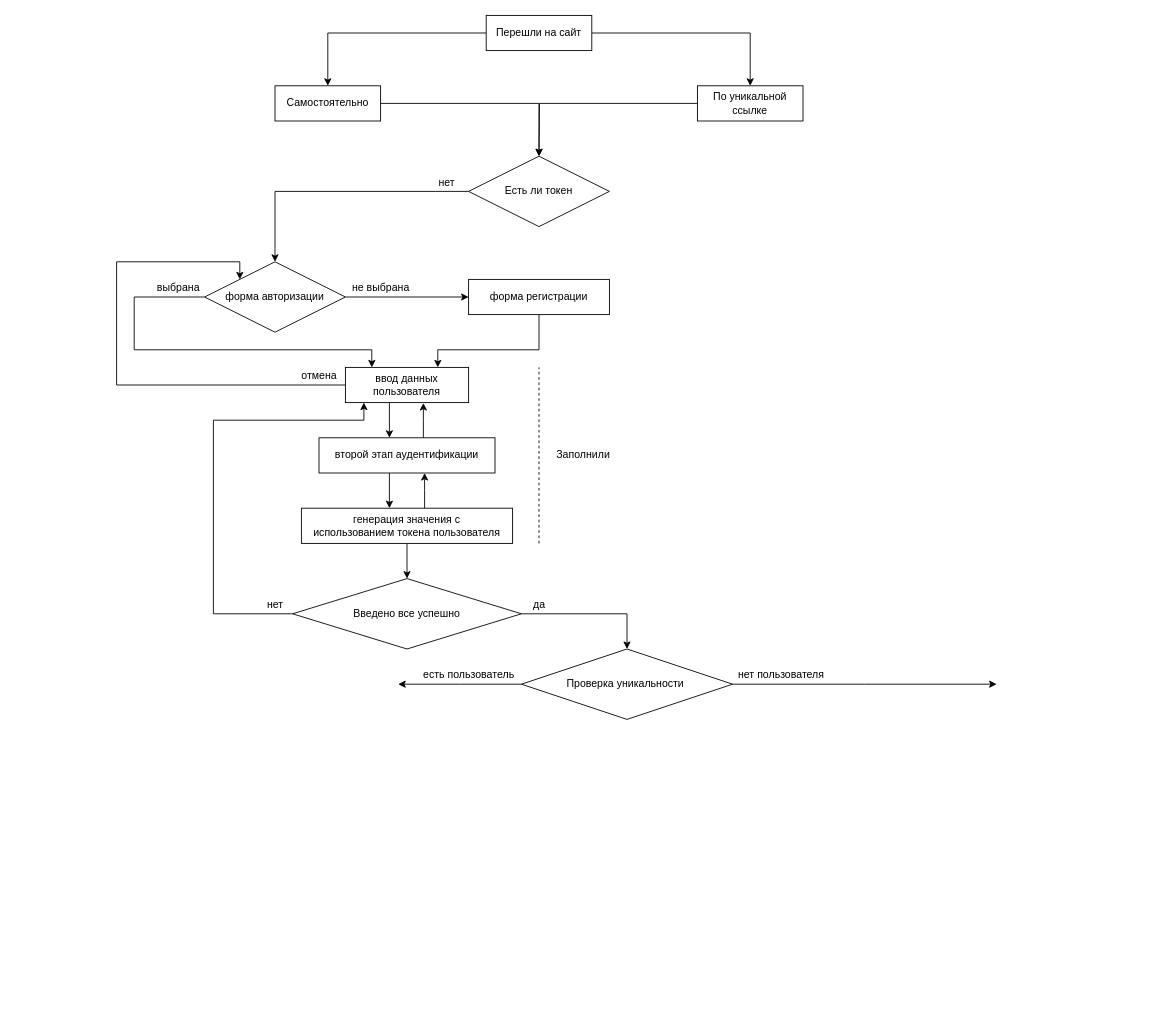
igor-sumin/CodeNamesDemo keeps this draw.io diagram as other/logic/autorize.drawio. Above is the earlier version. Source tidied: cells renumbered, new cells numbered last; positions are measured from the earlier drawing's top-left corner, leaving out a move shared by most shapes. Both pictures are drawn from the tidied source at 88%, with x=0, y=0 at pixel (116, 15).
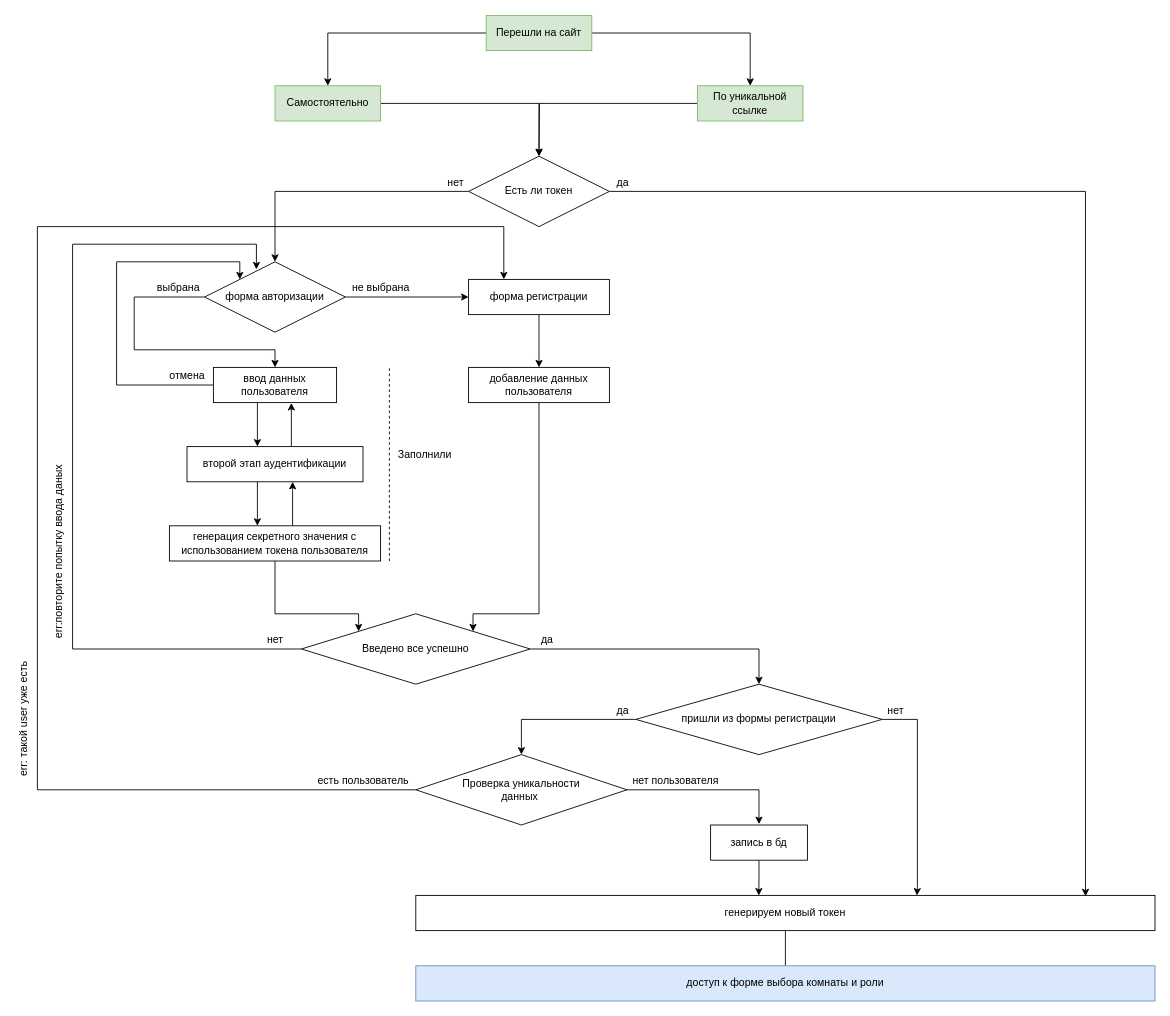
The same diagram, later.

Unchanged cells that the change refers to:
```xml
<mxCell id="12" value="форма регистрации" style="rounded=0;whiteSpace=wrap;html=1;" parent="1" vertex="1">
  <mxGeometry x="400" y="300" width="160" height="40" as="geometry" />
</mxCell>
<mxCell id="16" value="Есть ли токен" style="rhombus;whiteSpace=wrap;html=1;" parent="1" vertex="1">
  <mxGeometry x="400" y="160" width="160" height="80" as="geometry" />
</mxCell>
<mxCell id="21" value="форма авторизации" style="rhombus;whiteSpace=wrap;html=1;" parent="1" vertex="1">
  <mxGeometry x="100" y="280" width="160" height="80" as="geometry" />
</mxCell>
```

The edit, as a diff of the source:
```diff
@@
-    <mxCell id="4" value="Перешли на сайт" style="rounded=0;whiteSpace=wrap;html=1;" parent="1" vertex="1">
+    <mxCell id="4" value="Перешли на сайт" style="rounded=0;whiteSpace=wrap;html=1;fillColor=#d5e8d4;strokeColor=#82b366;" parent="1" vertex="1">
       <mxGeometry x="420" width="120" height="40" as="geometry" />
     </mxCell>
@@
-    <mxCell id="6" value="Самостоятельно" style="rounded=0;whiteSpace=wrap;html=1;" parent="1" vertex="1">
+    <mxCell id="6" value="Самостоятельно" style="rounded=0;whiteSpace=wrap;html=1;fillColor=#d5e8d4;strokeColor=#82b366;" parent="1" vertex="1">
       <mxGeometry x="180" y="80" width="120" height="40" as="geometry" />
     </mxCell>
@@
-    <mxCell id="8" value="По уникальной ссылке" style="rounded=0;whiteSpace=wrap;html=1;" parent="1" vertex="1">
+    <mxCell id="8" value="По уникальной ссылке" style="rounded=0;whiteSpace=wrap;html=1;fillColor=#d5e8d4;strokeColor=#82b366;" parent="1" vertex="1">
       <mxGeometry x="660" y="80" width="120" height="40" as="geometry" />
     </mxCell>
@@
-    <mxCell id="11" style="edgeStyle=orthogonalEdgeStyle;rounded=0;jettySize=auto;html=1;entryX=0.75;entryY=0;entryDx=0;entryDy=0;" parent="1" edge="1" source="12" target="15">
-      <mxGeometry relative="1" as="geometry">
-        <Array as="points">
-          <mxPoint x="480" y="380" />
-          <mxPoint x="365" y="380" />
-        </Array>
-      </mxGeometry>
-    </mxCell>
+    <mxCell id="41" style="edgeStyle=orthogonalEdgeStyle;rounded=0;jettySize=auto;html=1;" parent="1" edge="1" source="12">
+      <mxGeometry relative="1" as="geometry">
+        <mxPoint x="480" y="400" as="targetPoint" />
+      </mxGeometry>
+    </mxCell>
@@
     <mxCell id="14" style="edgeStyle=orthogonalEdgeStyle;rounded=0;jettySize=auto;html=1;" parent="1" edge="1" source="15" target="25">
       <mxGeometry relative="1" as="geometry">
         <Array as="points">
-          <mxPoint x="310" y="470" />
-          <mxPoint x="310" y="470" />
+          <mxPoint x="160" y="470" />
+          <mxPoint x="160" y="470" />
         </Array>
       </mxGeometry>
     </mxCell>
     <mxCell id="15" value="ввод данных пользователя" style="rounded=0;whiteSpace=wrap;html=1;" parent="1" vertex="1">
-      <mxGeometry x="260" y="400" width="140" height="40" as="geometry" />
+      <mxGeometry x="110" y="400" width="140" height="40" as="geometry" />
     </mxCell>
+    <mxCell id="42" style="edgeStyle=orthogonalEdgeStyle;rounded=0;jettySize=auto;html=1;entryX=0.906;entryY=0.025;entryDx=0;entryDy=0;entryPerimeter=0;" parent="1" edge="1" source="16" target="55">
+      <mxGeometry relative="1" as="geometry">
+        <Array as="points">
+          <mxPoint x="1101" y="200" />
+        </Array>
+      </mxGeometry>
+    </mxCell>
@@
     <mxCell id="18" value="нет" style="text;html=1;align=center;verticalAlign=middle;strokeColor=none;" parent="1" vertex="1">
-      <mxGeometry x="360" y="180" width="30" height="20" as="geometry" />
+      <mxGeometry x="370" y="180" width="30" height="20" as="geometry" />
     </mxCell>
     <mxCell id="19" value="отмена" style="text;html=1;align=center;verticalAlign=middle;strokeColor=none;" parent="1" vertex="1">
-      <mxGeometry x="200" y="400" width="60" height="20" as="geometry" />
+      <mxGeometry x="50" y="400" width="60" height="20" as="geometry" />
     </mxCell>
     <mxCell id="20" style="edgeStyle=orthogonalEdgeStyle;rounded=0;jettySize=auto;html=1;" parent="1" edge="1" source="21">
       <mxGeometry relative="1" as="geometry">
-        <mxPoint x="290" y="400" as="targetPoint" />
+        <mxPoint x="180" y="400" as="targetPoint" />
         <Array as="points">
           <mxPoint x="20" y="320" />
           <mxPoint x="20" y="380" />
-          <mxPoint x="290" y="380" />
-          <mxPoint x="290" y="400" />
+          <mxPoint x="180" y="380" />
+          <mxPoint x="180" y="400" />
         </Array>
       </mxGeometry>
     </mxCell>
@@
     <mxCell id="23" style="edgeStyle=orthogonalEdgeStyle;rounded=0;jettySize=auto;html=1;" parent="1" edge="1" source="25">
       <mxGeometry relative="1" as="geometry">
-        <mxPoint x="310" y="560" as="targetPoint" />
+        <mxPoint x="160" y="580" as="targetPoint" />
         <Array as="points">
-          <mxPoint x="310" y="560" />
+          <mxPoint x="160" y="560" />
         </Array>
       </mxGeometry>
     </mxCell>
     <mxCell id="24" style="edgeStyle=orthogonalEdgeStyle;rounded=0;jettySize=auto;html=1;entryX=0.633;entryY=1.011;entryDx=0;entryDy=0;entryPerimeter=0;" parent="1" edge="1" source="25" target="15">
       <mxGeometry relative="1" as="geometry">
         <Array as="points">
-          <mxPoint x="349" y="460" />
+          <mxPoint x="199" y="460" />
         </Array>
       </mxGeometry>
     </mxCell>
     <mxCell id="25" value="второй этап аудентификации" style="whiteSpace=wrap;html=1;" parent="1" vertex="1">
-      <mxGeometry x="230" y="480" width="200" height="40" as="geometry" />
+      <mxGeometry x="80" y="490" width="200" height="40" as="geometry" />
     </mxCell>
     <mxCell id="26" style="edgeStyle=orthogonalEdgeStyle;rounded=0;jettySize=auto;html=1;" parent="1" edge="1" source="28" target="25">
       <mxGeometry relative="1" as="geometry">
         <Array as="points">
-          <mxPoint x="350" y="540" />
-          <mxPoint x="350" y="540" />
+          <mxPoint x="200" y="540" />
+          <mxPoint x="200" y="540" />
         </Array>
       </mxGeometry>
     </mxCell>
-    <mxCell id="27" style="edgeStyle=orthogonalEdgeStyle;rounded=0;jettySize=auto;html=1;" parent="1" edge="1" source="28">
-      <mxGeometry relative="1" as="geometry">
-        <mxPoint x="330" y="640" as="targetPoint" />
-      </mxGeometry>
-    </mxCell>
+    <mxCell id="43" style="edgeStyle=orthogonalEdgeStyle;rounded=0;jettySize=auto;html=1;entryX=0;entryY=0;entryDx=0;entryDy=0;" parent="1" edge="1" source="28" target="33">
+      <mxGeometry relative="1" as="geometry">
+        <Array as="points">
+          <mxPoint x="180" y="680" />
+          <mxPoint x="275" y="680" />
+        </Array>
+      </mxGeometry>
+    </mxCell>
-    <mxCell id="28" value="генерация значения с&lt;br&gt;использованием токена пользователя" style="whiteSpace=wrap;html=1;" parent="1" vertex="1">
-      <mxGeometry x="210" y="560" width="240" height="40" as="geometry" />
+    <mxCell id="28" value="генерация секретного значения с&lt;br&gt;использованием токена пользователя" style="whiteSpace=wrap;html=1;" parent="1" vertex="1">
+      <mxGeometry x="60" y="580" width="240" height="40" as="geometry" />
     </mxCell>
     <mxCell id="29" style="endArrow=none;dashed=1;html=1;" parent="1" edge="1">
       <mxGeometry relative="1" as="geometry">
-        <mxPoint x="480" y="600" as="sourcePoint" />
-        <mxPoint x="480" y="400" as="targetPoint" />
+        <mxPoint x="310" y="620" as="sourcePoint" />
+        <mxPoint x="310" y="400" as="targetPoint" />
       </mxGeometry>
     </mxCell>
     <mxCell id="30" value="Заполнили" style="text;html=1;align=center;verticalAlign=middle;strokeColor=none;" parent="1" vertex="1">
-      <mxGeometry x="490" y="490" width="80" height="20" as="geometry" />
+      <mxGeometry x="310" y="490" width="80" height="20" as="geometry" />
     </mxCell>
-    <mxCell id="31" style="edgeStyle=orthogonalEdgeStyle;rounded=0;jettySize=auto;html=1;entryX=0.15;entryY=1;entryDx=0;entryDy=0;entryPerimeter=0;" parent="1" edge="1" source="33" target="15">
-      <mxGeometry relative="1" as="geometry">
-        <Array as="points">
-          <mxPoint x="110" y="680" />
-          <mxPoint x="110" y="460" />
-          <mxPoint x="281" y="460" />
-        </Array>
-      </mxGeometry>
-    </mxCell>
     <mxCell id="32" style="edgeStyle=orthogonalEdgeStyle;rounded=0;jettySize=auto;html=1;exitX=1;exitY=0.5;exitDx=0;exitDy=0;" parent="1" edge="1" source="33">
       <mxGeometry relative="1" as="geometry">
-        <mxPoint x="580" y="720" as="targetPoint" />
+        <mxPoint x="730" y="760" as="targetPoint" />
         <Array as="points">
-          <mxPoint x="580" y="680" />
+          <mxPoint x="730" y="720" />
         </Array>
       </mxGeometry>
     </mxCell>
+    <mxCell id="44" style="edgeStyle=orthogonalEdgeStyle;rounded=0;jettySize=auto;html=1;entryX=0.368;entryY=0.108;entryDx=0;entryDy=0;entryPerimeter=0;" parent="1" edge="1" source="33" target="21">
+      <mxGeometry relative="1" as="geometry">
+        <Array as="points">
+          <mxPoint x="-50" y="720" />
+          <mxPoint x="-50" y="260" />
+          <mxPoint x="159" y="260" />
+        </Array>
+      </mxGeometry>
+    </mxCell>
     <mxCell id="33" value="Введено все успешно" style="rhombus;whiteSpace=wrap;html=1;" parent="1" vertex="1">
-      <mxGeometry x="200" y="640" width="260" height="80" as="geometry" />
+      <mxGeometry x="210" y="680" width="260" height="80" as="geometry" />
     </mxCell>
+    <mxCell id="35" value="да" style="text;html=1;align=center;verticalAlign=middle;strokeColor=none;" parent="1" vertex="1">
+      <mxGeometry x="474" y="700" width="30" height="20" as="geometry" />
+    </mxCell>
+    <mxCell id="45" style="edgeStyle=orthogonalEdgeStyle;rounded=0;jettySize=auto;html=1;" parent="1" edge="1" source="38">
+      <mxGeometry relative="1" as="geometry">
+        <mxPoint x="730" y="919" as="targetPoint" />
+        <Array as="points">
+          <mxPoint x="730" y="880" />
+          <mxPoint x="730" y="919" />
+        </Array>
+      </mxGeometry>
+    </mxCell>
+    <mxCell id="46" style="edgeStyle=orthogonalEdgeStyle;rounded=0;jettySize=auto;html=1;entryX=0.25;entryY=0;entryDx=0;entryDy=0;" parent="1" edge="1" source="38" target="12">
+      <mxGeometry relative="1" as="geometry">
+        <Array as="points">
+          <mxPoint x="-90" y="880" />
+          <mxPoint x="-90" y="240" />
+          <mxPoint x="440" y="240" />
+        </Array>
+      </mxGeometry>
+    </mxCell>
+    <mxCell id="38" value="Проверка уникальности &lt;br&gt;данных&amp;nbsp;" style="rhombus;whiteSpace=wrap;html=1;" parent="1" vertex="1">
+      <mxGeometry x="340" y="840" width="240" height="80" as="geometry" />
+    </mxCell>
+    <mxCell id="47" style="edgeStyle=orthogonalEdgeStyle;rounded=0;jettySize=auto;html=1;entryX=1;entryY=0;entryDx=0;entryDy=0;" parent="1" edge="1" source="48" target="33">
+      <mxGeometry relative="1" as="geometry">
+        <Array as="points">
+          <mxPoint x="480" y="680" />
+          <mxPoint x="405" y="680" />
+        </Array>
+      </mxGeometry>
+    </mxCell>
+    <mxCell id="48" value="добавление данных пользователя" style="whiteSpace=wrap;html=1;" parent="1" vertex="1">
+      <mxGeometry x="400" y="400" width="160" height="40" as="geometry" />
+    </mxCell>
+    <mxCell id="49" style="edgeStyle=orthogonalEdgeStyle;rounded=0;jettySize=auto;html=1;entryX=0.464;entryY=0.004;entryDx=0;entryDy=0;entryPerimeter=0;" parent="1" edge="1" source="50" target="55">
+      <mxGeometry relative="1" as="geometry" />
+    </mxCell>
+    <mxCell id="50" value="запись в бд" style="rounded=0;whiteSpace=wrap;html=1;" parent="1" vertex="1">
+      <mxGeometry x="675" y="920" width="110" height="40" as="geometry" />
+    </mxCell>
+    <mxCell id="51" style="edgeStyle=orthogonalEdgeStyle;rounded=0;jettySize=auto;html=1;exitX=1;exitY=0.5;exitDx=0;exitDy=0;entryX=0.678;entryY=0.004;entryDx=0;entryDy=0;entryPerimeter=0;" parent="1" edge="1" source="53" target="55">
+      <mxGeometry relative="1" as="geometry">
+        <Array as="points">
+          <mxPoint x="910" y="800" />
+          <mxPoint x="910" y="990" />
+        </Array>
+      </mxGeometry>
+    </mxCell>
+    <mxCell id="52" style="edgeStyle=orthogonalEdgeStyle;rounded=0;jettySize=auto;html=1;exitX=0;exitY=0.5;exitDx=0;exitDy=0;" parent="1" edge="1" source="53">
+      <mxGeometry relative="1" as="geometry">
+        <mxPoint x="460" y="840" as="targetPoint" />
+        <Array as="points">
+          <mxPoint x="460" y="800" />
+          <mxPoint x="460" y="840" />
+        </Array>
+      </mxGeometry>
+    </mxCell>
+    <mxCell id="53" value="пришли из формы регистрации" style="rhombus;whiteSpace=wrap;html=1;" parent="1" vertex="1">
+      <mxGeometry x="590" y="760" width="280" height="80" as="geometry" />
+    </mxCell>
+    <mxCell id="54" style="edgeStyle=orthogonalEdgeStyle;rounded=0;jettySize=auto;html=1;" parent="1" edge="1" source="55">
+      <mxGeometry relative="1" as="geometry">
+        <mxPoint x="760" y="1089" as="targetPoint" />
+      </mxGeometry>
+    </mxCell>
+    <mxCell id="55" value="генерируем новый токен" style="whiteSpace=wrap;html=1;" parent="1" vertex="1">
+      <mxGeometry x="340" y="1000" width="840" height="40" as="geometry" />
+    </mxCell>
+    <mxCell id="56" value="доступ к форме выбора комнаты и роли" style="whiteSpace=wrap;html=1;fillColor=#dae8fc;strokeColor=#6c8ebf;" parent="1" vertex="1">
+      <mxGeometry x="340" y="1080" width="840" height="40" as="geometry" />
+    </mxCell>
+    <mxCell id="57" value="да" style="text;html=1;align=center;verticalAlign=middle;strokeColor=none;" parent="1" vertex="1">
+      <mxGeometry x="560" y="180" width="30" height="20" as="geometry" />
+    </mxCell>
     <mxCell id="34" value="нет" style="text;html=1;align=center;verticalAlign=middle;strokeColor=none;" parent="1" vertex="1">
-      <mxGeometry x="165" y="660" width="30" height="20" as="geometry" />
+      <mxGeometry x="165" y="700" width="30" height="20" as="geometry" />
     </mxCell>
-    <mxCell id="35" value="да" style="text;html=1;align=center;verticalAlign=middle;strokeColor=none;" parent="1" vertex="1">
-      <mxGeometry x="465" y="660" width="30" height="20" as="geometry" />
-    </mxCell>
-    <mxCell id="36" style="edgeStyle=orthogonalEdgeStyle;rounded=0;jettySize=auto;html=1;" parent="1" edge="1" source="38">
-      <mxGeometry relative="1" as="geometry">
-        <mxPoint x="320" y="760" as="targetPoint" />
-      </mxGeometry>
-    </mxCell>
-    <mxCell id="37" style="edgeStyle=orthogonalEdgeStyle;rounded=0;jettySize=auto;html=1;exitX=1;exitY=0.5;exitDx=0;exitDy=0;" parent="1" edge="1" source="38">
-      <mxGeometry relative="1" as="geometry">
-        <mxPoint x="1000" y="760" as="targetPoint" />
-      </mxGeometry>
-    </mxCell>
-    <mxCell id="38" value="Проверка уникальности&amp;nbsp;" style="rhombus;whiteSpace=wrap;html=1;" parent="1" vertex="1">
-      <mxGeometry x="460" y="720" width="240" height="80" as="geometry" />
-    </mxCell>
+    <mxCell id="58" value="нет" style="text;html=1;align=center;verticalAlign=middle;strokeColor=none;rotation=0;" parent="1" vertex="1">
+      <mxGeometry x="870" y="780" width="30" height="20" as="geometry" />
+    </mxCell>
+    <mxCell id="59" value="да" style="text;html=1;align=center;verticalAlign=middle;strokeColor=none;" parent="1" vertex="1">
+      <mxGeometry x="560" y="780" width="30" height="20" as="geometry" />
+    </mxCell>
+    <mxCell id="40" value="нет пользователя" style="text;html=1;align=center;verticalAlign=middle;strokeColor=none;" parent="1" vertex="1">
+      <mxGeometry x="580" y="860" width="110" height="20" as="geometry" />
+    </mxCell>
     <mxCell id="39" value="есть пользователь" style="text;html=1;align=center;verticalAlign=middle;strokeColor=none;" parent="1" vertex="1">
-      <mxGeometry x="340" y="740" width="120" height="20" as="geometry" />
+      <mxGeometry x="220" y="860" width="120" height="20" as="geometry" />
     </mxCell>
-    <mxCell id="40" value="нет пользователя" style="text;html=1;align=center;verticalAlign=middle;strokeColor=none;" parent="1" vertex="1">
-      <mxGeometry x="700" y="740" width="110" height="20" as="geometry" />
-    </mxCell>
+    <mxCell id="60" value="err: такой user уже есть" style="text;html=1;align=center;verticalAlign=middle;strokeColor=none;rotation=270;" parent="1" vertex="1">
+      <mxGeometry x="-180" y="790" width="150" height="20" as="geometry" />
+    </mxCell>
+    <mxCell id="61" value="err:повторите попытку ввода даных" style="text;html=1;align=center;verticalAlign=middle;strokeColor=none;rotation=270;" parent="1" vertex="1">
+      <mxGeometry x="-170" y="600" width="210" height="20" as="geometry" />
+    </mxCell>
```
